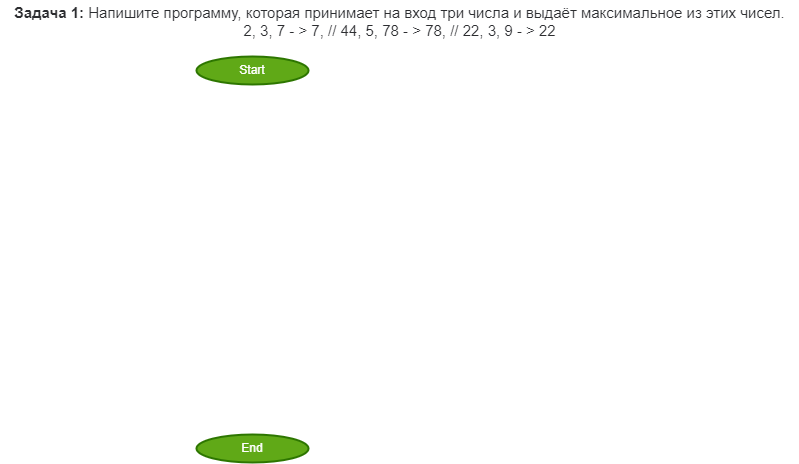
Earlier version of the draw.io export Homework01/Task01/01diagram.drawio.png (nagovitsin-kgs/CSharpCourse). Source tidied: cells renumbered, new cells last; positions are measured from the earlier drawing's top-left corner, leaving out a move shared by most shapes. Its diagram source:
```xml
<mxGraphModel>
  <root>
    <mxCell id="0" />
    <mxCell id="1" parent="0" />
    <mxCell id="2" value="&lt;p style=&quot;box-sizing: border-box ; margin: 0px ; color: rgb(44 , 45 , 48) ; font-family: &amp;#34;roboto&amp;#34; , &amp;#34;san francisco&amp;#34; , &amp;#34;helvetica neue&amp;#34; , &amp;#34;helvetica&amp;#34; , &amp;#34;arial&amp;#34; ; font-size: 15px ; background-color: rgb(255 , 255 , 255)&quot;&gt;&lt;span style=&quot;box-sizing: border-box ; font-weight: 700&quot;&gt;Задача 1:&lt;/span&gt;&amp;nbsp;Напишите программу, которая принимает на вход три числа и выдаёт максимальное из этих чисел.&lt;/p&gt;&lt;p style=&quot;box-sizing: border-box ; margin: 0px ; color: rgb(44 , 45 , 48) ; font-family: &amp;#34;roboto&amp;#34; , &amp;#34;san francisco&amp;#34; , &amp;#34;helvetica neue&amp;#34; , &amp;#34;helvetica&amp;#34; , &amp;#34;arial&amp;#34; ; font-size: 15px ; background-color: rgb(255 , 255 , 255)&quot;&gt;2, 3, 7 - &amp;gt; 7, // 44, 5, 78 - &amp;gt; 78, // 22, 3, 9 - &amp;gt; 22&lt;/p&gt;" style="text;html=1;align=center;verticalAlign=middle;fillColor=none;strokeColor=none;rounded=0;" parent="1" vertex="1">
      <mxGeometry width="798" height="42" as="geometry" />
    </mxCell>
    <mxCell id="3" value="Start" style="strokeWidth=2;html=1;shape=mxgraph.flowchart.start_1;whiteSpace=wrap;fillColor=#60a917;strokeColor=#2D7600;fontColor=#ffffff;" parent="1" vertex="1">
      <mxGeometry x="196" y="56" width="112" height="28" as="geometry" />
    </mxCell>
    <mxCell id="4" value="End" style="strokeWidth=2;html=1;shape=mxgraph.flowchart.start_1;whiteSpace=wrap;fillColor=#60a917;strokeColor=#2D7600;fontColor=#ffffff;fontStyle=0;" parent="1" vertex="1">
      <mxGeometry x="196" y="434" width="112" height="28" as="geometry" />
    </mxCell>
  </root>
</mxGraphModel>
```
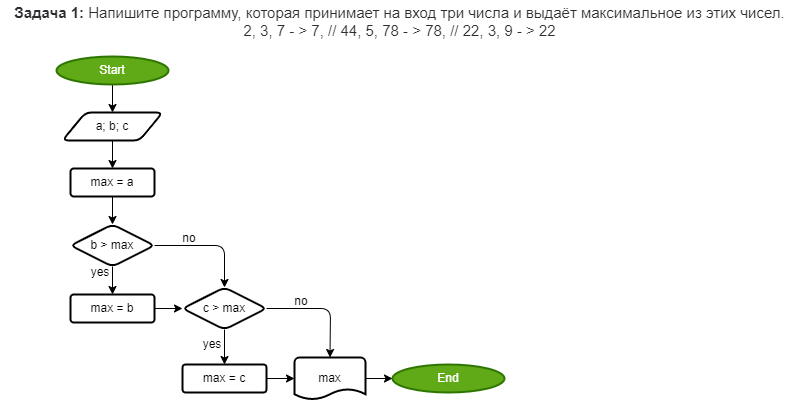
The same diagram one commit later.

What changed in the source:
```diff
@@ -5,11 +5,82 @@
     <mxCell id="2" value="&lt;p style=&quot;box-sizing: border-box ; margin: 0px ; color: rgb(44 , 45 , 48) ; font-family: &amp;#34;roboto&amp;#34; , &amp;#34;san francisco&amp;#34; , &amp;#34;helvetica neue&amp;#34; , &amp;#34;helvetica&amp;#34; , &amp;#34;arial&amp;#34; ; font-size: 15px ; background-color: rgb(255 , 255 , 255)&quot;&gt;&lt;span style=&quot;box-sizing: border-box ; font-weight: 700&quot;&gt;Задача 1:&lt;/span&gt;&amp;nbsp;Напишите программу, которая принимает на вход три числа и выдаёт максимальное из этих чисел.&lt;/p&gt;&lt;p style=&quot;box-sizing: border-box ; margin: 0px ; color: rgb(44 , 45 , 48) ; font-family: &amp;#34;roboto&amp;#34; , &amp;#34;san francisco&amp;#34; , &amp;#34;helvetica neue&amp;#34; , &amp;#34;helvetica&amp;#34; , &amp;#34;arial&amp;#34; ; font-size: 15px ; background-color: rgb(255 , 255 , 255)&quot;&gt;2, 3, 7 - &amp;gt; 7, // 44, 5, 78 - &amp;gt; 78, // 22, 3, 9 - &amp;gt; 22&lt;/p&gt;" style="text;html=1;align=center;verticalAlign=middle;fillColor=none;strokeColor=none;rounded=0;" parent="1" vertex="1">
       <mxGeometry width="798" height="42" as="geometry" />
     </mxCell>
+    <mxCell id="5" style="edgeStyle=none;html=1;" parent="1" edge="1" source="3" target="7">
+      <mxGeometry relative="1" as="geometry" />
+    </mxCell>
     <mxCell id="3" value="Start" style="strokeWidth=2;html=1;shape=mxgraph.flowchart.start_1;whiteSpace=wrap;fillColor=#60a917;strokeColor=#2D7600;fontColor=#ffffff;" parent="1" vertex="1">
-      <mxGeometry x="196" y="56" width="112" height="28" as="geometry" />
+      <mxGeometry x="56" y="56" width="112" height="28" as="geometry" />
     </mxCell>
     <mxCell id="4" value="End" style="strokeWidth=2;html=1;shape=mxgraph.flowchart.start_1;whiteSpace=wrap;fillColor=#60a917;strokeColor=#2D7600;fontColor=#ffffff;fontStyle=0;" parent="1" vertex="1">
-      <mxGeometry x="196" y="434" width="112" height="28" as="geometry" />
+      <mxGeometry x="392" y="364" width="112" height="28" as="geometry" />
     </mxCell>
+    <mxCell id="6" style="edgeStyle=none;html=1;" parent="1" edge="1" source="7" target="9">
+      <mxGeometry relative="1" as="geometry" />
+    </mxCell>
+    <mxCell id="7" value="a; b; c" style="shape=parallelogram;html=1;strokeWidth=2;perimeter=parallelogramPerimeter;whiteSpace=wrap;rounded=1;arcSize=12;size=0.23;" parent="1" vertex="1">
+      <mxGeometry x="62" y="112" width="100" height="28" as="geometry" />
+    </mxCell>
+    <mxCell id="8" style="edgeStyle=none;html=1;" parent="1" edge="1" source="9" target="12">
+      <mxGeometry relative="1" as="geometry" />
+    </mxCell>
+    <mxCell id="9" value="max = a" style="whiteSpace=wrap;html=1;strokeWidth=2;rounded=1;arcSize=12;" parent="1" vertex="1">
+      <mxGeometry x="70" y="168" width="84" height="28" as="geometry" />
+    </mxCell>
+    <mxCell id="10" style="edgeStyle=none;html=1;" parent="1" edge="1" source="12" target="14">
+      <mxGeometry relative="1" as="geometry" />
+    </mxCell>
+    <mxCell id="11" style="edgeStyle=none;html=1;entryX=0.5;entryY=0;entryDx=0;entryDy=0;" parent="1" edge="1" source="12" target="19">
+      <mxGeometry relative="1" as="geometry">
+        <Array as="points">
+          <mxPoint x="224" y="245" />
+        </Array>
+      </mxGeometry>
+    </mxCell>
+    <mxCell id="12" value="b &amp;gt; max" style="rhombus;whiteSpace=wrap;html=1;strokeWidth=2;rounded=1;arcSize=12;" parent="1" vertex="1">
+      <mxGeometry x="70" y="224" width="84" height="42" as="geometry" />
+    </mxCell>
+    <mxCell id="13" style="edgeStyle=none;html=1;" parent="1" edge="1" source="14" target="19">
+      <mxGeometry relative="1" as="geometry" />
+    </mxCell>
+    <mxCell id="14" value="max = b" style="whiteSpace=wrap;html=1;strokeWidth=2;rounded=1;arcSize=12;" parent="1" vertex="1">
+      <mxGeometry x="70" y="294" width="84" height="28" as="geometry" />
+    </mxCell>
+    <mxCell id="15" value="yes" style="text;html=1;strokeColor=none;fillColor=none;align=center;verticalAlign=middle;whiteSpace=wrap;rounded=0;" parent="1" vertex="1">
+      <mxGeometry x="70" y="257" width="60" height="30" as="geometry" />
+    </mxCell>
+    <mxCell id="16" value="no" style="text;html=1;strokeColor=none;fillColor=none;align=center;verticalAlign=middle;whiteSpace=wrap;rounded=0;" parent="1" vertex="1">
+      <mxGeometry x="168" y="224" width="42" height="28" as="geometry" />
+    </mxCell>
+    <mxCell id="17" style="edgeStyle=none;html=1;" parent="1" edge="1" source="19" target="21">
+      <mxGeometry relative="1" as="geometry" />
+    </mxCell>
+    <mxCell id="18" style="edgeStyle=none;html=1;entryX=0.5;entryY=0;entryDx=0;entryDy=0;entryPerimeter=0;" parent="1" edge="1" source="19" target="23">
+      <mxGeometry relative="1" as="geometry">
+        <Array as="points">
+          <mxPoint x="330" y="308" />
+        </Array>
+      </mxGeometry>
+    </mxCell>
+    <mxCell id="19" value="c &amp;gt; max" style="rhombus;whiteSpace=wrap;html=1;strokeWidth=2;rounded=1;arcSize=12;" parent="1" vertex="1">
+      <mxGeometry x="182" y="287" width="84" height="42" as="geometry" />
+    </mxCell>
+    <mxCell id="20" style="edgeStyle=none;html=1;" parent="1" edge="1" source="21" target="23">
+      <mxGeometry relative="1" as="geometry" />
+    </mxCell>
+    <mxCell id="21" value="max = c" style="whiteSpace=wrap;html=1;strokeWidth=2;rounded=1;arcSize=12;" parent="1" vertex="1">
+      <mxGeometry x="182" y="364" width="84" height="28" as="geometry" />
+    </mxCell>
+    <mxCell id="22" style="edgeStyle=none;html=1;" parent="1" edge="1" source="23" target="4">
+      <mxGeometry relative="1" as="geometry" />
+    </mxCell>
+    <mxCell id="23" value="max" style="strokeWidth=2;html=1;shape=mxgraph.flowchart.document2;whiteSpace=wrap;size=0.25;" parent="1" vertex="1">
+      <mxGeometry x="294" y="357" width="71" height="42" as="geometry" />
+    </mxCell>
+    <mxCell id="24" value="yes" style="text;html=1;strokeColor=none;fillColor=none;align=center;verticalAlign=middle;whiteSpace=wrap;rounded=0;" parent="1" vertex="1">
+      <mxGeometry x="182" y="329" width="60" height="30" as="geometry" />
+    </mxCell>
+    <mxCell id="25" value="no" style="text;html=1;strokeColor=none;fillColor=none;align=center;verticalAlign=middle;whiteSpace=wrap;rounded=0;" parent="1" vertex="1">
+      <mxGeometry x="280" y="287" width="42" height="28" as="geometry" />
+    </mxCell>
   </root>
 </mxGraphModel>
```
